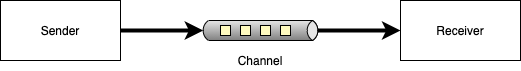
This is messaging/images/point-to-point.png from harshadnawathe/slides, a draw.io export, as it was before one commit. Source tidied: cells renumbered, new cells last; positions are measured from the earlier drawing's top-left corner, leaving out a move shared by most shapes.
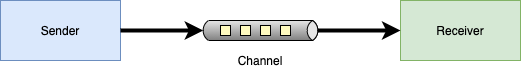
The same diagram one commit later.

Commit message:
Update figure for point to point channel

The edit, as a diff of the source:
```diff
@@ -2,13 +2,13 @@
   <root>
     <mxCell id="0" />
     <mxCell id="1" parent="0" />
-    <mxCell id="2" value="Sender" style="rounded=0;whiteSpace=wrap;html=1;" parent="1" vertex="1">
+    <mxCell id="2" value="Sender" style="rounded=0;whiteSpace=wrap;html=1;fillColor=#dae8fc;strokeColor=#6c8ebf;" parent="1" vertex="1">
       <mxGeometry width="120" height="60" as="geometry" />
     </mxCell>
     <mxCell id="3" style="strokeWidth=1;outlineConnect=0;dashed=0;align=center;html=1;fontSize=8;shape=mxgraph.eip.dataChannel;verticalLabelPosition=bottom;labelBackgroundColor=#ffffff;verticalAlign=top;" parent="1" vertex="1">
       <mxGeometry x="200" y="20" width="120" height="20" as="geometry" />
     </mxCell>
-    <mxCell id="4" value="Receiver" style="rounded=0;whiteSpace=wrap;html=1;" parent="1" vertex="1">
+    <mxCell id="4" value="Receiver" style="rounded=0;whiteSpace=wrap;html=1;fillColor=#d5e8d4;strokeColor=#82b366;" parent="1" vertex="1">
       <mxGeometry x="400" width="120" height="60" as="geometry" />
     </mxCell>
     <mxCell id="5" style="endArrow=classic;html=1;exitX=1;exitY=0.5;exitDx=0;exitDy=0;entryX=0;entryY=0.5;entryDx=2.7;entryDy=0;entryPerimeter=0;strokeWidth=4;" parent="1" edge="1" source="2" target="3">
```
